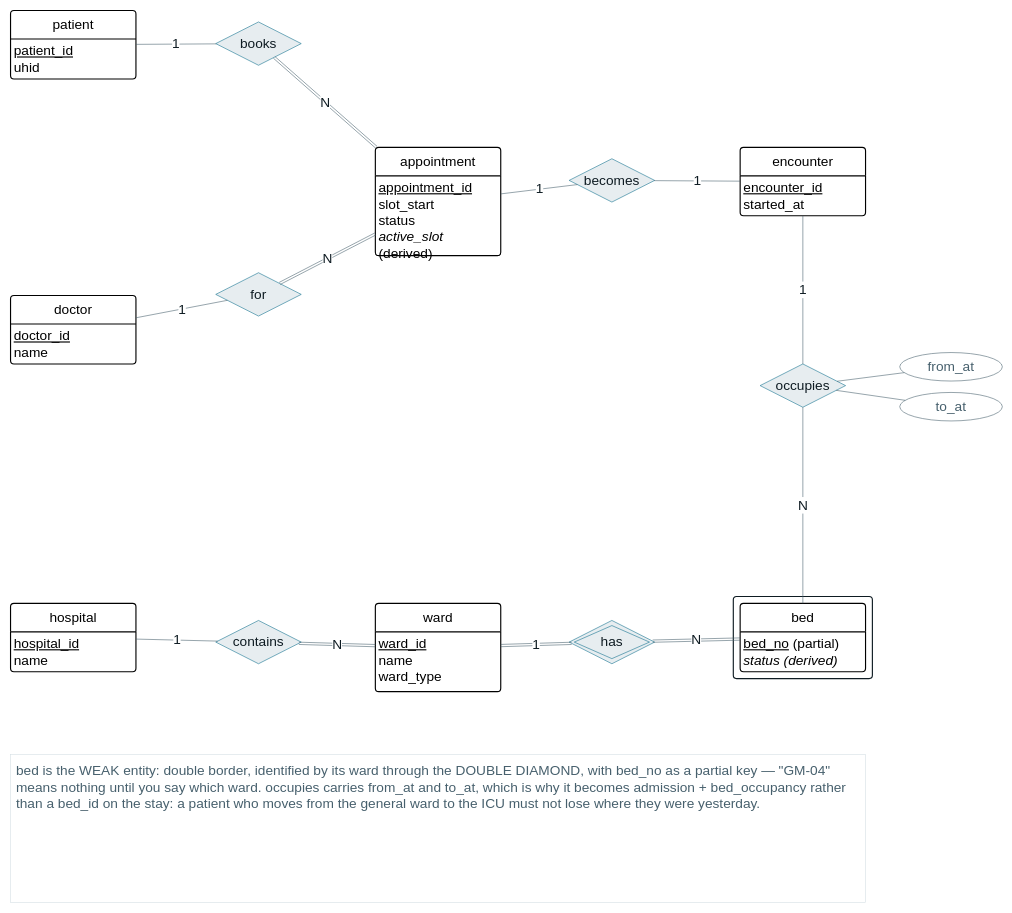
NoboIshraque/hospital-management-system keeps this draw.io diagram as page "3 · Appointments & beds" (3 of 6) of docs/er-diagrams/uhid-er-chen-boxed.drawio. Above is the earlier version. Source tidied: cells renumbered, new cells numbered last; positions are measured from the earlier drawing's top-left corner, leaving out a move shared by most shapes. Both pictures are drawn from the tidied source at 57%, with x=0, y=0 at pixel (10, 10).
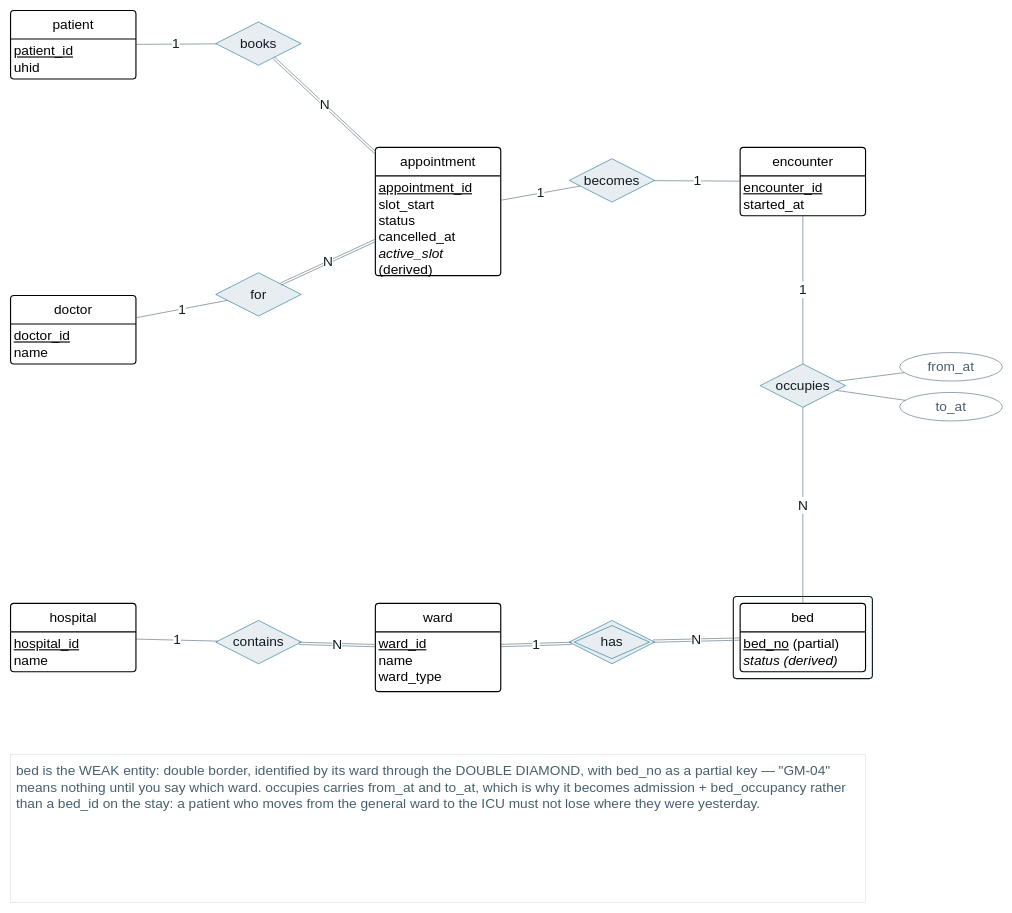
The same page after the edit.

What changed in the source:
```diff
@@
     <mxCell id="6" value="appointment" style="swimlane;horizontal=1;startSize=50;rounded=1;fontSize=24;fontStyle=0;strokeWidth=2;shadow=0;dashed=0;align=center;arcSize=4;whiteSpace=wrap;html=1;" parent="1" vertex="1">
-      <mxGeometry x="640" y="240" width="220" height="190" as="geometry" />
+      <mxGeometry x="640" y="240" width="220" height="225" as="geometry" />
     </mxCell>
-    <mxCell id="7" value="&lt;u&gt;appointment_id&lt;/u&gt;&lt;div&gt;slot_start&lt;/div&gt;&lt;div&gt;status&lt;/div&gt;&lt;div&gt;&lt;i&gt;active_slot&lt;/i&gt; (derived)&lt;/div&gt;" style="align=left;strokeColor=none;fillColor=none;spacingLeft=4;spacingRight=4;fontSize=24;verticalAlign=top;html=1;whiteSpace=wrap;" parent="6" vertex="1">
-      <mxGeometry y="50" width="220" height="140" as="geometry" />
+    <mxCell id="7" value="&lt;u&gt;appointment_id&lt;/u&gt;&lt;div&gt;slot_start&lt;/div&gt;&lt;div&gt;status&lt;/div&gt;&lt;div&gt;cancelled_at&lt;/div&gt;&lt;div&gt;&lt;i&gt;active_slot&lt;/i&gt; (derived)&lt;/div&gt;" style="align=left;strokeColor=none;fillColor=none;spacingLeft=4;spacingRight=4;fontSize=24;verticalAlign=top;html=1;whiteSpace=wrap;" parent="6" vertex="1">
+      <mxGeometry y="50" width="220" height="175" as="geometry" />
     </mxCell>
```
